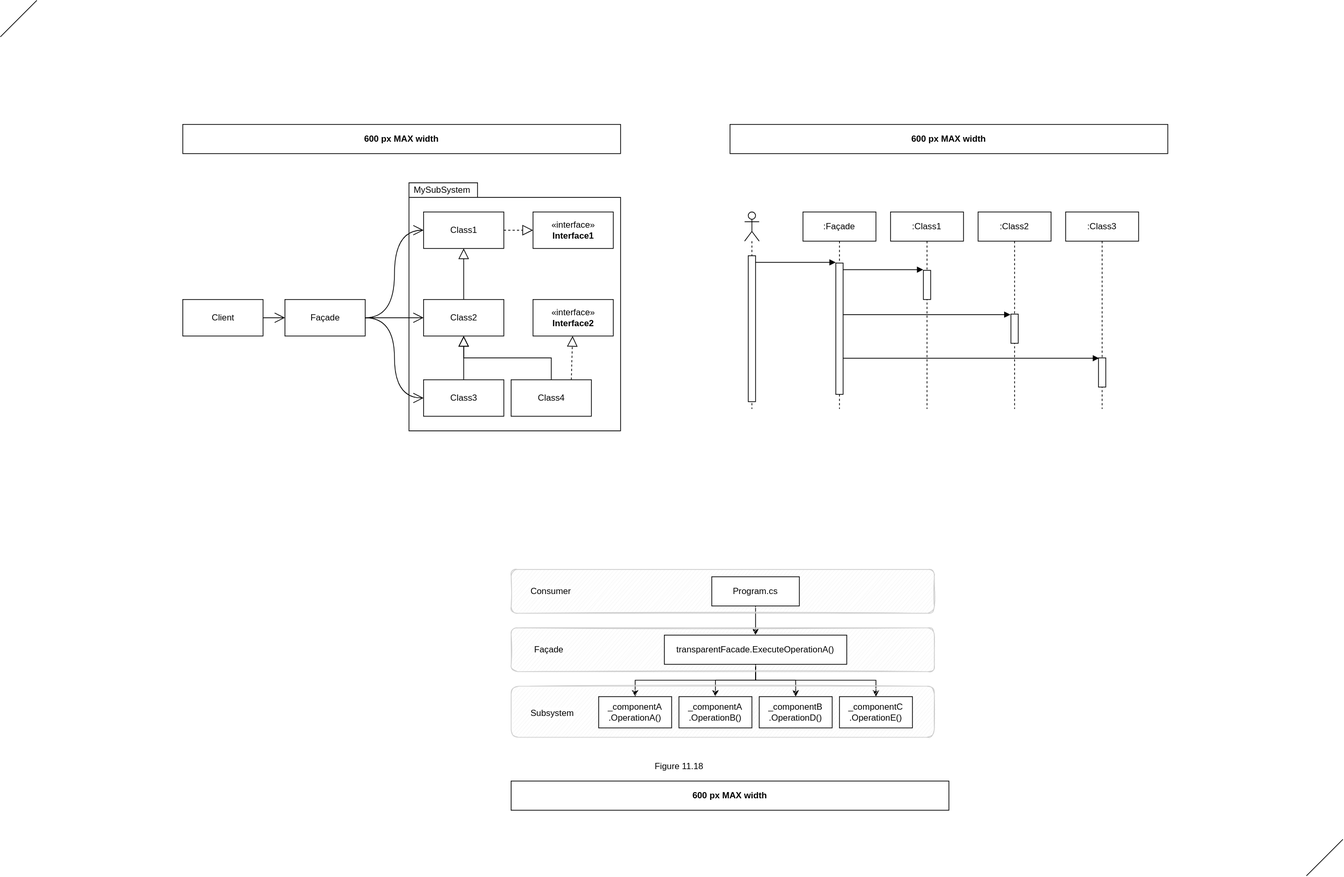
Above: Diagrams/Facade.svg in PacktPublishing/Architecting-ASP.NET-Core-Applications-3E (draw.io), before the change. Source tidied: cells renumbered, new cells last; positions are measured from the earlier drawing's top-left corner, leaving out a move shared by most shapes. Its diagram source:
```xml
<mxGraphModel>
  <root>
    <mxCell id="0" />
    <mxCell id="1" value="Package" parent="0" />
    <mxCell id="2" value="MySubSystem" style="shape=folder;xSize=90;align=left;spacingLeft=10;align=left;verticalAlign=top;spacingLeft=5;spacingTop=-4;tabWidth=94;tabHeight=20;tabPosition=left;html=1;strokeWidth=1;fillColor=default;" parent="1" vertex="1">
      <mxGeometry x="560" y="250" width="290" height="340" as="geometry" />
    </mxCell>
    <mxCell id="3" style="shape=umlLifeline;participant=umlActor;perimeter=lifelinePerimeter;whiteSpace=wrap;html=1;verticalAlign=top;spacingTop=36;labelBackgroundColor=none;fillColor=default;align=center;fontColor=default;strokeColor=default;" parent="1" vertex="1">
      <mxGeometry x="1020" y="290" width="20" height="270" as="geometry" />
    </mxCell>
    <mxCell id="4" style="html=1;points=[];perimeter=orthogonalPerimeter;" parent="3" vertex="1">
      <mxGeometry x="5" y="60" width="10" height="200" as="geometry" />
    </mxCell>
    <mxCell id="5" value=":Façade" style="shape=umlLifeline;perimeter=lifelinePerimeter;whiteSpace=wrap;html=1;fillColor=default;align=center;labelBackgroundColor=none;fontColor=default;strokeColor=default;" parent="1" vertex="1">
      <mxGeometry x="1100" y="290" width="100" height="270" as="geometry" />
    </mxCell>
    <mxCell id="6" style="html=1;points=[];perimeter=orthogonalPerimeter;" parent="5" vertex="1">
      <mxGeometry x="45" y="70" width="10" height="180" as="geometry" />
    </mxCell>
    <mxCell id="7" value=":Class1" style="shape=umlLifeline;perimeter=lifelinePerimeter;whiteSpace=wrap;html=1;fillColor=default;align=center;labelBackgroundColor=none;fontColor=default;strokeColor=default;" parent="1" vertex="1">
      <mxGeometry x="1220" y="290" width="100" height="270" as="geometry" />
    </mxCell>
    <mxCell id="8" style="html=1;points=[];perimeter=orthogonalPerimeter;" parent="7" vertex="1">
      <mxGeometry x="45" y="80" width="10" height="40" as="geometry" />
    </mxCell>
    <mxCell id="9" value=":Class2" style="shape=umlLifeline;perimeter=lifelinePerimeter;whiteSpace=wrap;html=1;fillColor=default;align=center;labelBackgroundColor=none;fontColor=default;strokeColor=default;" parent="1" vertex="1">
      <mxGeometry x="1340" y="290" width="100" height="270" as="geometry" />
    </mxCell>
    <mxCell id="10" style="html=1;points=[];perimeter=orthogonalPerimeter;" parent="9" vertex="1">
      <mxGeometry x="45" y="140" width="10" height="40" as="geometry" />
    </mxCell>
    <mxCell id="11" value=":Class3" style="shape=umlLifeline;perimeter=lifelinePerimeter;whiteSpace=wrap;html=1;fillColor=default;align=center;labelBackgroundColor=none;fontColor=default;strokeColor=default;" parent="1" vertex="1">
      <mxGeometry x="1460" y="290" width="100" height="270" as="geometry" />
    </mxCell>
    <mxCell id="12" style="html=1;points=[];perimeter=orthogonalPerimeter;" parent="11" vertex="1">
      <mxGeometry x="45" y="200" width="10" height="40" as="geometry" />
    </mxCell>
    <mxCell id="13" style="html=1;verticalAlign=bottom;endArrow=block;entryX=-0.019;entryY=-0.005;entryPerimeter=0;" parent="1" edge="1" source="4" target="6">
      <mxGeometry relative="1" as="geometry" />
    </mxCell>
    <mxCell id="14" style="html=1;verticalAlign=bottom;endArrow=block;entryX=-0.019;entryY=-0.024;entryPerimeter=0;" parent="1" edge="1" source="6" target="8">
      <mxGeometry relative="1" as="geometry" />
    </mxCell>
    <mxCell id="15" style="html=1;verticalAlign=bottom;endArrow=block;entryX=-0.067;entryY=0.018;entryPerimeter=0;" parent="1" edge="1" source="6" target="10">
      <mxGeometry relative="1" as="geometry" />
    </mxCell>
    <mxCell id="16" style="html=1;verticalAlign=bottom;endArrow=block;entryX=0.076;entryY=0.012;entryPerimeter=0;" parent="1" edge="1" source="6" target="12">
      <mxGeometry relative="1" as="geometry" />
    </mxCell>
    <mxCell id="17" value="600 px MAX width" style="rounded=0;whiteSpace=wrap;html=1;sketch=0;fontSize=12;align=center;fontStyle=1;" parent="1" vertex="1">
      <mxGeometry x="1000" y="170" width="600" height="40" as="geometry" />
    </mxCell>
    <mxCell id="18" value="600 px MAX width" style="rounded=0;whiteSpace=wrap;html=1;sketch=0;fontSize=12;align=center;fontStyle=1;" parent="1" vertex="1">
      <mxGeometry x="250" y="170" width="600" height="40" as="geometry" />
    </mxCell>
    <mxCell id="19" style="endArrow=none;html=1;fontColor=default;" parent="1" edge="1">
      <mxGeometry relative="1" as="geometry">
        <mxPoint y="50" as="sourcePoint" />
        <mxPoint x="50" as="targetPoint" />
      </mxGeometry>
    </mxCell>
    <mxCell id="20" style="endArrow=none;html=1;fontColor=default;" parent="1" edge="1">
      <mxGeometry relative="1" as="geometry">
        <mxPoint x="1790" y="1200" as="sourcePoint" />
        <mxPoint x="1840" y="1150" as="targetPoint" />
      </mxGeometry>
    </mxCell>
    <mxCell id="21" value="600 px MAX width" style="rounded=0;whiteSpace=wrap;html=1;sketch=0;fontSize=12;align=center;fontStyle=1;" parent="1" vertex="1">
      <mxGeometry x="700" y="1070" width="600" height="40" as="geometry" />
    </mxCell>
    <mxCell id="22" value="Figure 11.18" style="text;html=1;align=center;verticalAlign=middle;fontSize=12;" parent="1" vertex="1">
      <mxGeometry x="885" y="1035" width="90" height="30" as="geometry" />
    </mxCell>
    <mxCell id="23" style="edgeStyle=elbowEdgeStyle;rounded=0;jettySize=auto;elbow=vertical;html=1;fontSize=12;" parent="1" edge="1" source="29" target="32">
      <mxGeometry relative="1" as="geometry" />
    </mxCell>
    <mxCell id="24" style="edgeStyle=elbowEdgeStyle;rounded=0;jettySize=auto;elbow=vertical;html=1;fontSize=12;" parent="1" edge="1" source="32" target="35">
      <mxGeometry relative="1" as="geometry" />
    </mxCell>
    <mxCell id="25" style="edgeStyle=elbowEdgeStyle;rounded=0;jettySize=auto;elbow=vertical;html=1;fontSize=12;" parent="1" edge="1" source="32" target="36">
      <mxGeometry relative="1" as="geometry" />
    </mxCell>
    <mxCell id="26" style="edgeStyle=elbowEdgeStyle;rounded=0;jettySize=auto;elbow=vertical;html=1;fontSize=12;" parent="1" edge="1" source="32" target="37">
      <mxGeometry relative="1" as="geometry" />
    </mxCell>
    <mxCell id="27" style="edgeStyle=elbowEdgeStyle;rounded=0;jettySize=auto;elbow=vertical;html=1;fontSize=12;" parent="1" edge="1" source="32" target="38">
      <mxGeometry relative="1" as="geometry" />
    </mxCell>
    <mxCell id="28" style="rounded=1;whiteSpace=wrap;html=1;sketch=1;fontSize=12;align=center;strokeColor=#CCCCCC;fillColor=#F5F5F5;fillStyle=hachure;" parent="1" vertex="1">
      <mxGeometry x="700" y="780" width="580" height="60" as="geometry" />
    </mxCell>
    <mxCell id="29" value="Program.cs" style="whiteSpace=wrap;html=1;sketch=0;fillColor=default;fontSize=12;align=center;" parent="1" vertex="1">
      <mxGeometry x="975" y="790" width="120" height="40" as="geometry" />
    </mxCell>
    <mxCell id="30" value="&lt;span&gt;Consumer&lt;/span&gt;" style="text;html=1;align=left;verticalAlign=middle;fontSize=12;sketch=0;fontColor=default;labelBackgroundColor=default;" parent="1" vertex="1">
      <mxGeometry x="725" y="800" width="70" height="20" as="geometry" />
    </mxCell>
    <mxCell id="31" style="rounded=1;whiteSpace=wrap;html=1;sketch=1;fontSize=12;align=center;strokeColor=#CCCCCC;fillColor=#F5F5F5;fillStyle=hachure;" parent="1" vertex="1">
      <mxGeometry x="700" y="860" width="580" height="60" as="geometry" />
    </mxCell>
    <mxCell id="32" value="transparentFacade.ExecuteOperationA()" style="whiteSpace=wrap;html=1;sketch=0;fillColor=default;fontSize=12;align=center;" parent="1" vertex="1">
      <mxGeometry x="910" y="870" width="250" height="40" as="geometry" />
    </mxCell>
    <mxCell id="33" value="Façade" style="text;html=1;align=left;verticalAlign=middle;fontSize=12;fontColor=default;labelBackgroundColor=default;" parent="1" vertex="1">
      <mxGeometry x="730" y="880" width="60" height="20" as="geometry" />
    </mxCell>
    <mxCell id="34" style="rounded=1;whiteSpace=wrap;html=1;sketch=1;fontSize=12;align=center;strokeColor=#CCCCCC;fillStyle=hachure;fillColor=#F5F5F5;" parent="1" vertex="1">
      <mxGeometry x="700" y="940" width="580" height="70" as="geometry" />
    </mxCell>
    <mxCell id="35" value="&lt;div&gt;_componentA&lt;/div&gt;&lt;div&gt;&lt;span&gt;&#9;&#9;&lt;/span&gt;.OperationA()&lt;/div&gt;" style="rounded=0;whiteSpace=wrap;html=1;sketch=0;fillColor=default;fontSize=12;align=center;" parent="1" vertex="1">
      <mxGeometry x="820" y="954.3" width="100" height="42.9" as="geometry" />
    </mxCell>
    <mxCell id="36" value="&lt;div&gt;_componentA&lt;/div&gt;&lt;div&gt;&lt;span&gt;&#9;&#9;&lt;/span&gt;.OperationB()&lt;/div&gt;" style="rounded=0;whiteSpace=wrap;html=1;sketch=0;fillColor=default;fontSize=12;align=center;" parent="1" vertex="1">
      <mxGeometry x="930" y="954.3" width="100" height="42.9" as="geometry" />
    </mxCell>
    <mxCell id="37" value="&lt;div&gt;_componentB&lt;/div&gt;&lt;div&gt;&lt;span&gt;&#9;&#9;&lt;/span&gt;.OperationD()&lt;/div&gt;" style="rounded=0;whiteSpace=wrap;html=1;sketch=0;fillColor=default;fontSize=12;align=center;" parent="1" vertex="1">
      <mxGeometry x="1040" y="954.3" width="100" height="42.9" as="geometry" />
    </mxCell>
    <mxCell id="38" value="&lt;div&gt;_componentC&lt;/div&gt;&lt;div&gt;&lt;span&gt;&#9;&#9;&lt;/span&gt;.OperationE()&lt;/div&gt;" style="rounded=0;whiteSpace=wrap;html=1;sketch=0;fillColor=default;fontSize=12;align=center;" parent="1" vertex="1">
      <mxGeometry x="1150" y="954.3" width="100" height="42.9" as="geometry" />
    </mxCell>
    <mxCell id="39" value="Subsystem" style="text;html=1;align=left;verticalAlign=middle;fontSize=12;fontColor=default;labelBackgroundColor=default;" parent="1" vertex="1">
      <mxGeometry x="725" y="967.1" width="70" height="20" as="geometry" />
    </mxCell>
    <mxCell id="40" value="Classes" parent="0" />
    <mxCell id="41" value="Class1" style="html=1;fillColor=default;align=center;strokeColor=default;fontColor=default;" parent="40" vertex="1">
      <mxGeometry x="580" y="290" width="110" height="50" as="geometry" />
    </mxCell>
    <mxCell id="42" value="Class2" style="html=1;fillColor=default;align=center;strokeColor=default;fontColor=default;" parent="40" vertex="1">
      <mxGeometry x="580" y="410" width="110" height="50" as="geometry" />
    </mxCell>
    <mxCell id="43" value="Class3" style="html=1;fillColor=default;align=center;strokeColor=default;fontColor=default;" parent="40" vertex="1">
      <mxGeometry x="580" y="520" width="110" height="50" as="geometry" />
    </mxCell>
    <mxCell id="44" value="«interface»&lt;br&gt;&lt;b&gt;Interface2&lt;/b&gt;" style="html=1;fillColor=default;align=center;strokeColor=default;fontColor=default;" parent="40" vertex="1">
      <mxGeometry x="730" y="410" width="110" height="50" as="geometry" />
    </mxCell>
    <mxCell id="45" style="endArrow=block;endSize=12;endFill=0;html=1;" parent="40" edge="1" source="43" target="42">
      <mxGeometry relative="1" as="geometry" />
    </mxCell>
    <mxCell id="46" style="endArrow=block;endSize=12;endFill=0;html=1;" parent="40" edge="1" source="42" target="41">
      <mxGeometry relative="1" as="geometry" />
    </mxCell>
    <mxCell id="47" style="endArrow=block;dashed=1;endFill=0;endSize=12;html=1;" parent="40" edge="1" source="41" target="51">
      <mxGeometry relative="1" as="geometry" />
    </mxCell>
    <mxCell id="48" style="endArrow=block;dashed=1;endFill=0;endSize=12;html=1;exitX=0.75;exitY=0;" parent="40" edge="1" source="49" target="44">
      <mxGeometry relative="1" as="geometry" />
    </mxCell>
    <mxCell id="49" value="Class4" style="html=1;fillColor=default;align=center;strokeColor=default;fontColor=default;" parent="40" vertex="1">
      <mxGeometry x="700" y="520" width="110" height="50" as="geometry" />
    </mxCell>
    <mxCell id="50" style="endArrow=block;endSize=12;endFill=0;html=1;edgeStyle=orthogonalEdgeStyle;rounded=0;exitX=0.5;exitY=0;" parent="40" edge="1" source="49" target="42">
      <mxGeometry relative="1" as="geometry" />
    </mxCell>
    <mxCell id="51" value="«interface»&lt;br&gt;&lt;b&gt;Interface1&lt;/b&gt;" style="html=1;fillColor=default;align=center;strokeColor=default;fontColor=default;" parent="40" vertex="1">
      <mxGeometry x="730" y="290" width="110" height="50" as="geometry" />
    </mxCell>
    <mxCell id="52" style="edgeStyle=none;rounded=0;html=1;endArrow=open;endFill=0;endSize=12;jettySize=auto;" parent="40" edge="1" source="53" target="57">
      <mxGeometry relative="1" as="geometry" />
    </mxCell>
    <mxCell id="53" value="Client" style="html=1;fillColor=default;align=center;" parent="40" vertex="1">
      <mxGeometry x="250" y="410" width="110" height="50" as="geometry" />
    </mxCell>
    <mxCell id="54" style="edgeStyle=elbowEdgeStyle;html=1;endArrow=open;endFill=0;endSize=12;jettySize=auto;curved=1;" parent="40" edge="1" source="57" target="41">
      <mxGeometry relative="1" as="geometry" />
    </mxCell>
    <mxCell id="55" style="edgeStyle=elbowEdgeStyle;html=1;endArrow=open;endFill=0;endSize=12;jettySize=auto;curved=1;" parent="40" edge="1" source="57" target="42">
      <mxGeometry relative="1" as="geometry" />
    </mxCell>
    <mxCell id="56" style="edgeStyle=elbowEdgeStyle;html=1;endArrow=open;endFill=0;endSize=12;jettySize=auto;curved=1;" parent="40" edge="1" source="57" target="43">
      <mxGeometry relative="1" as="geometry" />
    </mxCell>
    <mxCell id="57" value="Façade" style="html=1;fillColor=default;align=center;" parent="40" vertex="1">
      <mxGeometry x="390" y="410" width="110" height="50" as="geometry" />
    </mxCell>
  </root>
</mxGraphModel>
```
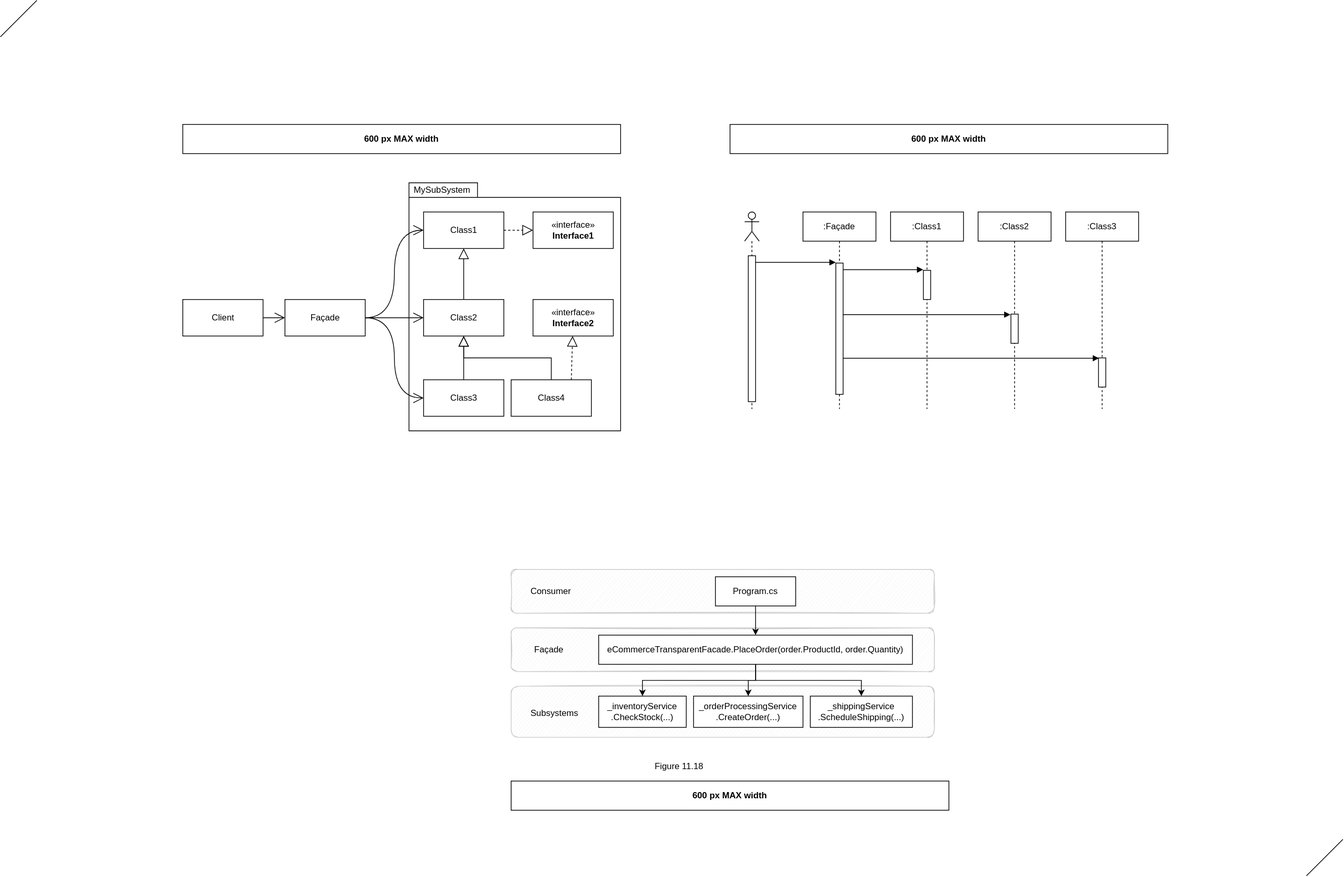
After the commit.

Commit message:
Update diagram to fit new example

Change to the diagram source:
```diff
@@ -2,6 +2,15 @@
   <root>
     <mxCell id="0" />
     <mxCell id="1" value="Package" parent="0" />
+    <mxCell id="28" style="rounded=1;whiteSpace=wrap;html=1;sketch=1;fontSize=12;align=center;strokeColor=#CCCCCC;fillColor=#F5F5F5;fillStyle=hachure;" parent="1" vertex="1">
+      <mxGeometry x="700" y="780" width="580" height="60" as="geometry" />
+    </mxCell>
+    <mxCell id="31" style="rounded=1;whiteSpace=wrap;html=1;sketch=1;fontSize=12;align=center;strokeColor=#CCCCCC;fillColor=#F5F5F5;fillStyle=hachure;" parent="1" vertex="1">
+      <mxGeometry x="700" y="860" width="580" height="60" as="geometry" />
+    </mxCell>
+    <mxCell id="34" style="rounded=1;whiteSpace=wrap;html=1;sketch=1;fontSize=12;align=center;strokeColor=#CCCCCC;fillStyle=hachure;fillColor=#F5F5F5;" parent="1" vertex="1">
+      <mxGeometry x="700" y="940" width="580" height="70" as="geometry" />
+    </mxCell>
     <mxCell id="2" value="MySubSystem" style="shape=folder;xSize=90;align=left;spacingLeft=10;align=left;verticalAlign=top;spacingLeft=5;spacingTop=-4;tabWidth=94;tabHeight=20;tabPosition=left;html=1;strokeWidth=1;fillColor=default;" parent="1" vertex="1">
       <mxGeometry x="560" y="250" width="290" height="340" as="geometry" />
     </mxCell>
@@ -83,44 +92,29 @@
     <mxCell id="26" style="edgeStyle=elbowEdgeStyle;rounded=0;jettySize=auto;elbow=vertical;html=1;fontSize=12;" parent="1" edge="1" source="32" target="37">
       <mxGeometry relative="1" as="geometry" />
     </mxCell>
-    <mxCell id="27" style="edgeStyle=elbowEdgeStyle;rounded=0;jettySize=auto;elbow=vertical;html=1;fontSize=12;" parent="1" edge="1" source="32" target="38">
-      <mxGeometry relative="1" as="geometry" />
-    </mxCell>
-    <mxCell id="28" style="rounded=1;whiteSpace=wrap;html=1;sketch=1;fontSize=12;align=center;strokeColor=#CCCCCC;fillColor=#F5F5F5;fillStyle=hachure;" parent="1" vertex="1">
-      <mxGeometry x="700" y="780" width="580" height="60" as="geometry" />
-    </mxCell>
     <mxCell id="29" value="Program.cs" style="whiteSpace=wrap;html=1;sketch=0;fillColor=default;fontSize=12;align=center;" parent="1" vertex="1">
-      <mxGeometry x="975" y="790" width="120" height="40" as="geometry" />
+      <mxGeometry x="980" y="790" width="110" height="40" as="geometry" />
     </mxCell>
     <mxCell id="30" value="&lt;span&gt;Consumer&lt;/span&gt;" style="text;html=1;align=left;verticalAlign=middle;fontSize=12;sketch=0;fontColor=default;labelBackgroundColor=default;" parent="1" vertex="1">
       <mxGeometry x="725" y="800" width="70" height="20" as="geometry" />
     </mxCell>
-    <mxCell id="31" style="rounded=1;whiteSpace=wrap;html=1;sketch=1;fontSize=12;align=center;strokeColor=#CCCCCC;fillColor=#F5F5F5;fillStyle=hachure;" parent="1" vertex="1">
-      <mxGeometry x="700" y="860" width="580" height="60" as="geometry" />
-    </mxCell>
-    <mxCell id="32" value="transparentFacade.ExecuteOperationA()" style="whiteSpace=wrap;html=1;sketch=0;fillColor=default;fontSize=12;align=center;" parent="1" vertex="1">
-      <mxGeometry x="910" y="870" width="250" height="40" as="geometry" />
+    <mxCell id="32" value="eCommerceTransparentFacade.PlaceOrder(order.ProductId, order.Quantity)" style="whiteSpace=wrap;html=1;sketch=0;fillColor=default;fontSize=12;align=center;" parent="1" vertex="1">
+      <mxGeometry x="820" y="870" width="430" height="40" as="geometry" />
     </mxCell>
     <mxCell id="33" value="Façade" style="text;html=1;align=left;verticalAlign=middle;fontSize=12;fontColor=default;labelBackgroundColor=default;" parent="1" vertex="1">
       <mxGeometry x="730" y="880" width="60" height="20" as="geometry" />
     </mxCell>
-    <mxCell id="34" style="rounded=1;whiteSpace=wrap;html=1;sketch=1;fontSize=12;align=center;strokeColor=#CCCCCC;fillStyle=hachure;fillColor=#F5F5F5;" parent="1" vertex="1">
-      <mxGeometry x="700" y="940" width="580" height="70" as="geometry" />
-    </mxCell>
-    <mxCell id="35" value="&lt;div&gt;_componentA&lt;/div&gt;&lt;div&gt;&lt;span&gt;&#9;&#9;&lt;/span&gt;.OperationA()&lt;/div&gt;" style="rounded=0;whiteSpace=wrap;html=1;sketch=0;fillColor=default;fontSize=12;align=center;" parent="1" vertex="1">
-      <mxGeometry x="820" y="954.3" width="100" height="42.9" as="geometry" />
+    <mxCell id="35" value="_inventoryService&lt;br&gt;.CheckStock(...)" style="rounded=0;whiteSpace=wrap;html=1;sketch=0;fillColor=default;fontSize=12;align=center;" parent="1" vertex="1">
+      <mxGeometry x="820" y="953.6" width="120" height="42.9" as="geometry" />
     </mxCell>
-    <mxCell id="36" value="&lt;div&gt;_componentA&lt;/div&gt;&lt;div&gt;&lt;span&gt;&#9;&#9;&lt;/span&gt;.OperationB()&lt;/div&gt;" style="rounded=0;whiteSpace=wrap;html=1;sketch=0;fillColor=default;fontSize=12;align=center;" parent="1" vertex="1">
-      <mxGeometry x="930" y="954.3" width="100" height="42.9" as="geometry" />
+    <mxCell id="36" value="_orderProcessingService&lt;br&gt;.CreateOrder(...)" style="rounded=0;whiteSpace=wrap;html=1;sketch=0;fillColor=default;fontSize=12;align=center;" parent="1" vertex="1">
+      <mxGeometry x="950" y="953.6" width="150" height="42.9" as="geometry" />
     </mxCell>
-    <mxCell id="37" value="&lt;div&gt;_componentB&lt;/div&gt;&lt;div&gt;&lt;span&gt;&#9;&#9;&lt;/span&gt;.OperationD()&lt;/div&gt;" style="rounded=0;whiteSpace=wrap;html=1;sketch=0;fillColor=default;fontSize=12;align=center;" parent="1" vertex="1">
-      <mxGeometry x="1040" y="954.3" width="100" height="42.9" as="geometry" />
+    <mxCell id="37" value="_shippingService&lt;br&gt;.ScheduleShipping(...)" style="rounded=0;whiteSpace=wrap;html=1;sketch=0;fillColor=default;fontSize=12;align=center;" parent="1" vertex="1">
+      <mxGeometry x="1110" y="953.6" width="140" height="42.9" as="geometry" />
     </mxCell>
-    <mxCell id="38" value="&lt;div&gt;_componentC&lt;/div&gt;&lt;div&gt;&lt;span&gt;&#9;&#9;&lt;/span&gt;.OperationE()&lt;/div&gt;" style="rounded=0;whiteSpace=wrap;html=1;sketch=0;fillColor=default;fontSize=12;align=center;" parent="1" vertex="1">
-      <mxGeometry x="1150" y="954.3" width="100" height="42.9" as="geometry" />
-    </mxCell>
-    <mxCell id="39" value="Subsystem" style="text;html=1;align=left;verticalAlign=middle;fontSize=12;fontColor=default;labelBackgroundColor=default;" parent="1" vertex="1">
-      <mxGeometry x="725" y="967.1" width="70" height="20" as="geometry" />
+    <mxCell id="39" value="Subsystems" style="text;html=1;align=left;verticalAlign=middle;fontSize=12;fontColor=default;labelBackgroundColor=default;" parent="1" vertex="1">
+      <mxGeometry x="725" y="962.1" width="90" height="30" as="geometry" />
     </mxCell>
     <mxCell id="40" value="Classes" parent="0" />
     <mxCell id="41" value="Class1" style="html=1;fillColor=default;align=center;strokeColor=default;fontColor=default;" parent="40" vertex="1">
```
